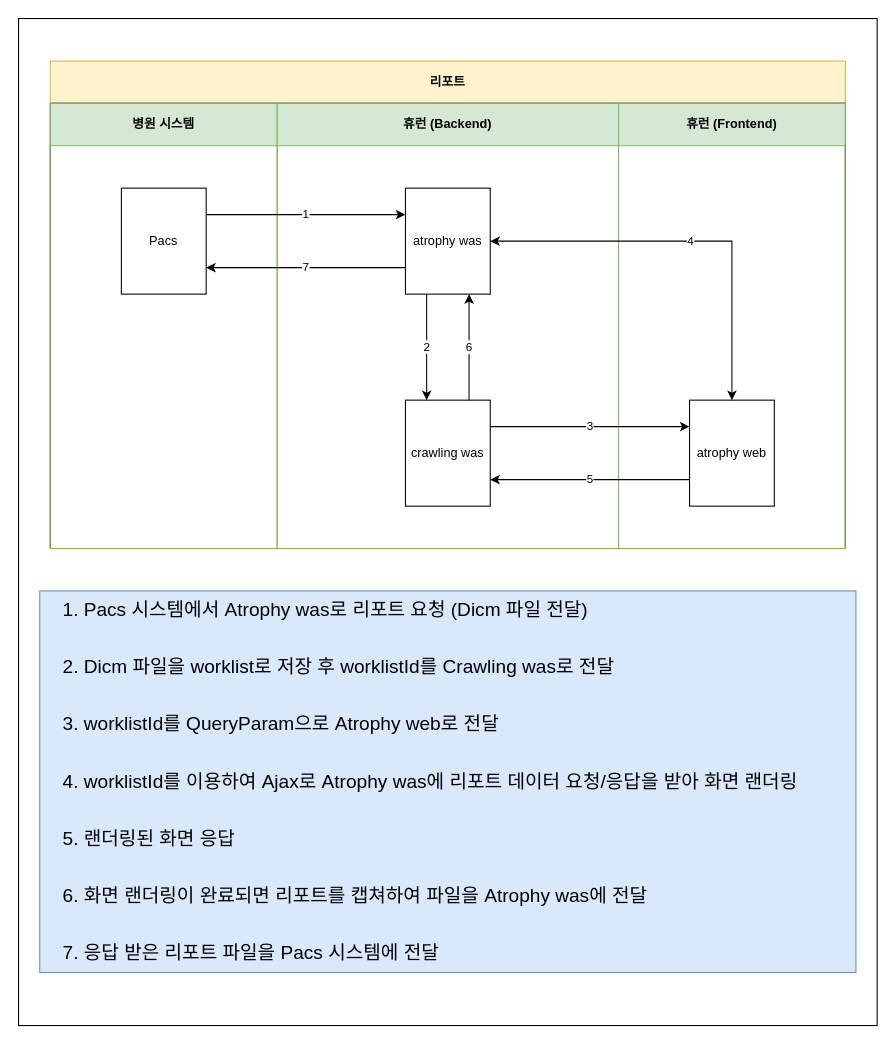
Above: Untitled Diagram.drawio in junho-nam/drawio (draw.io), before the change. Source tidied: cells renumbered, new cells numbered last; positions are measured from the earlier drawing's top-left corner, leaving out a move shared by most shapes. Both pictures are drawn from the tidied source at 106%, with x=0, y=0 at pixel (18, 18).
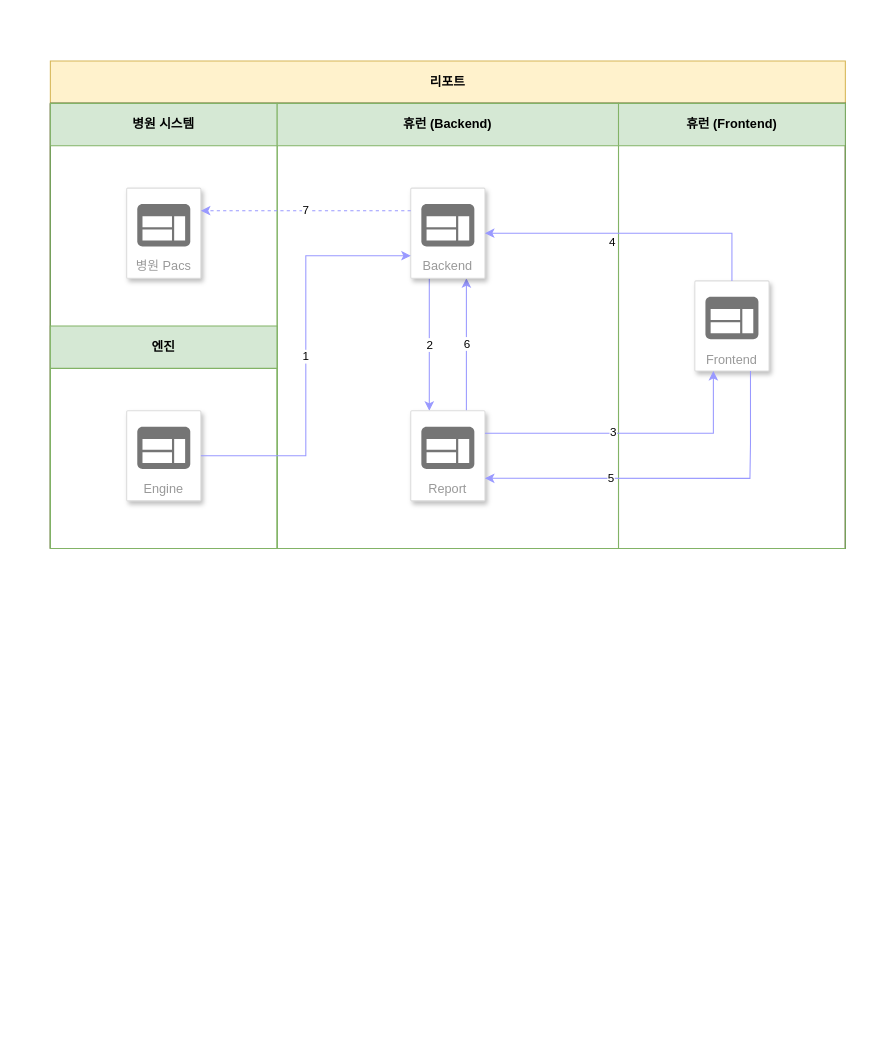
The same page after the edit.

Commit message:
Report Flow

Unchanged cells that the change refers to:
```xml
<mxCell id="4" style="swimlane;horizontal=0;startSize=0;html=1;whiteSpace=wrap;" parent="3" vertex="1">
  <mxGeometry y="40" width="750" height="420" as="geometry" />
</mxCell>
<mxCell id="5" value="병원 시스템" style="swimlane;startSize=40;html=1;whiteSpace=wrap;fillColor=#d5e8d4;strokeColor=#82b366;" parent="4" vertex="1">
  <mxGeometry width="214" height="420" as="geometry" />
</mxCell>
<mxCell id="7" value="휴런 (Backend)" style="swimlane;startSize=40;html=1;whiteSpace=wrap;fillColor=#d5e8d4;strokeColor=#82b366;" parent="4" vertex="1">
  <mxGeometry x="214" width="322" height="420" as="geometry" />
</mxCell>
<mxCell id="12" value="휴런 (Frontend)" style="swimlane;startSize=40;html=1;whiteSpace=wrap;fillColor=#d5e8d4;strokeColor=#82b366;" parent="4" vertex="1">
  <mxGeometry x="536" width="214" height="420" as="geometry" />
</mxCell>
```

Change to the diagram source:
```diff
@@
-    <mxCell id="2" style="rounded=0;whiteSpace=wrap;html=1;" parent="1" vertex="1">
-      <mxGeometry width="810" height="950" as="geometry" />
-    </mxCell>
@@
-    <mxCell id="6" value="Pacs" style="rounded=0;whiteSpace=wrap;html=1;" parent="5" vertex="1">
-      <mxGeometry x="67" y="80" width="80" height="100" as="geometry" />
-    </mxCell>
+    <mxCell id="20" value="엔진" style="swimlane;startSize=40;html=1;whiteSpace=wrap;fillColor=#d5e8d4;strokeColor=#82b366;" parent="5" vertex="1">
+      <mxGeometry y="210" width="214" height="210" as="geometry" />
+    </mxCell>
+    <mxCell id="21" value="Engine" style="strokeColor=#dddddd;shadow=1;strokeWidth=1;rounded=1;absoluteArcSize=1;arcSize=2;labelPosition=center;verticalLabelPosition=middle;align=center;verticalAlign=bottom;spacingLeft=0;fontColor=#999999;fontSize=12;whiteSpace=wrap;spacingBottom=2;" parent="20" vertex="1">
+      <mxGeometry x="72" y="80" width="70" height="85" as="geometry" />
+    </mxCell>
+    <mxCell id="22" style="sketch=0;dashed=0;html=1;fillColor=#757575;strokeColor=none;shape=mxgraph.gcp2.application;" parent="21" vertex="1">
+      <mxGeometry x="0.5" width="50" height="40" relative="1" as="geometry">
+        <mxPoint x="-25" y="15" as="offset" />
+      </mxGeometry>
+    </mxCell>
+    <mxCell id="23" value="병원 Pacs" style="strokeColor=#dddddd;shadow=1;strokeWidth=1;rounded=1;absoluteArcSize=1;arcSize=2;labelPosition=center;verticalLabelPosition=middle;align=center;verticalAlign=bottom;spacingLeft=0;fontColor=#999999;fontSize=12;whiteSpace=wrap;spacingBottom=2;" parent="5" vertex="1">
+      <mxGeometry x="72" y="80" width="70" height="85" as="geometry" />
+    </mxCell>
+    <mxCell id="24" style="sketch=0;dashed=0;html=1;fillColor=#757575;strokeColor=none;shape=mxgraph.gcp2.application;" parent="23" vertex="1">
+      <mxGeometry x="0.5" width="50" height="40" relative="1" as="geometry">
+        <mxPoint x="-25" y="15" as="offset" />
+      </mxGeometry>
+    </mxCell>
@@
-    <mxCell id="8" value="atrophy was" style="rounded=0;whiteSpace=wrap;html=1;" parent="7" vertex="1">
-      <mxGeometry x="121" y="80" width="80" height="100" as="geometry" />
-    </mxCell>
-    <mxCell id="9" value="crawling was" style="rounded=0;whiteSpace=wrap;html=1;" parent="7" vertex="1">
-      <mxGeometry x="121" y="280" width="80" height="100" as="geometry" />
-    </mxCell>
-    <mxCell id="10" value="2" style="edgeStyle=orthogonalEdgeStyle;rounded=0;jettySize=auto;html=1;exitX=0.25;exitY=1;exitDx=0;exitDy=0;entryX=0.25;entryY=0;entryDx=0;entryDy=0;" parent="7" edge="1" source="8" target="9">
+    <mxCell id="10" value="2" style="edgeStyle=orthogonalEdgeStyle;rounded=0;jettySize=auto;html=1;exitX=0.25;exitY=1;exitDx=0;exitDy=0;entryX=0.25;entryY=0;entryDx=0;entryDy=0;fillColor=#dae8fc;strokeColor=#9999FF;" parent="7" edge="1" source="27" target="25">
       <mxGeometry relative="1" as="geometry" />
     </mxCell>
-    <mxCell id="11" value="6" style="edgeStyle=orthogonalEdgeStyle;rounded=0;jettySize=auto;html=1;exitX=0.75;exitY=0;exitDx=0;exitDy=0;entryX=0.75;entryY=1;entryDx=0;entryDy=0;" parent="7" edge="1" source="9" target="8">
+    <mxCell id="11" value="6" style="edgeStyle=orthogonalEdgeStyle;rounded=0;jettySize=auto;html=1;exitX=0.75;exitY=0;exitDx=0;exitDy=0;entryX=0.75;entryY=1;entryDx=0;entryDy=0;fillColor=#dae8fc;strokeColor=#9999FF;" parent="7" edge="1" source="25" target="27">
       <mxGeometry relative="1" as="geometry" />
     </mxCell>
+    <mxCell id="25" value="Report" style="strokeColor=#dddddd;shadow=1;strokeWidth=1;rounded=1;absoluteArcSize=1;arcSize=2;labelPosition=center;verticalLabelPosition=middle;align=center;verticalAlign=bottom;spacingLeft=0;fontColor=#999999;fontSize=12;whiteSpace=wrap;spacingBottom=2;" parent="7" vertex="1">
+      <mxGeometry x="126" y="290" width="70" height="85" as="geometry" />
+    </mxCell>
+    <mxCell id="26" style="sketch=0;dashed=0;html=1;fillColor=#757575;strokeColor=none;shape=mxgraph.gcp2.application;" parent="25" vertex="1">
+      <mxGeometry x="0.5" width="50" height="40" relative="1" as="geometry">
+        <mxPoint x="-25" y="15" as="offset" />
+      </mxGeometry>
+    </mxCell>
+    <mxCell id="27" value="Backend" style="strokeColor=#dddddd;shadow=1;strokeWidth=1;rounded=1;absoluteArcSize=1;arcSize=2;labelPosition=center;verticalLabelPosition=middle;align=center;verticalAlign=bottom;spacingLeft=0;fontColor=#999999;fontSize=12;whiteSpace=wrap;spacingBottom=2;" parent="7" vertex="1">
+      <mxGeometry x="126" y="80" width="70" height="85" as="geometry" />
+    </mxCell>
+    <mxCell id="28" style="sketch=0;dashed=0;html=1;fillColor=#757575;strokeColor=none;shape=mxgraph.gcp2.application;" parent="27" vertex="1">
+      <mxGeometry x="0.5" width="50" height="40" relative="1" as="geometry">
+        <mxPoint x="-25" y="15" as="offset" />
+      </mxGeometry>
+    </mxCell>
@@
-    <mxCell id="13" value="atrophy&amp;nbsp;web" style="rounded=0;whiteSpace=wrap;html=1;" parent="12" vertex="1">
-      <mxGeometry x="67" y="280" width="80" height="100" as="geometry" />
-    </mxCell>
-    <mxCell id="14" value="1" style="edgeStyle=orthogonalEdgeStyle;rounded=0;jettySize=auto;html=1;exitX=1;exitY=0.25;exitDx=0;exitDy=0;entryX=0;entryY=0.25;entryDx=0;entryDy=0;" parent="4" edge="1" source="6" target="8">
-      <mxGeometry relative="1" as="geometry" />
-    </mxCell>
+    <mxCell id="29" value="Frontend" style="strokeColor=#dddddd;shadow=1;strokeWidth=1;rounded=1;absoluteArcSize=1;arcSize=2;labelPosition=center;verticalLabelPosition=middle;align=center;verticalAlign=bottom;spacingLeft=0;fontColor=#999999;fontSize=12;whiteSpace=wrap;spacingBottom=2;" parent="12" vertex="1">
+      <mxGeometry x="72" y="167.5" width="70" height="85" as="geometry" />
+    </mxCell>
+    <mxCell id="30" style="sketch=0;dashed=0;html=1;fillColor=#757575;strokeColor=none;shape=mxgraph.gcp2.application;" parent="29" vertex="1">
+      <mxGeometry x="0.5" width="50" height="40" relative="1" as="geometry">
+        <mxPoint x="-25" y="15" as="offset" />
+      </mxGeometry>
+    </mxCell>
-    <mxCell id="15" value="3" style="edgeStyle=orthogonalEdgeStyle;rounded=0;jettySize=auto;html=1;entryX=0;entryY=0.25;entryDx=0;entryDy=0;exitX=1;exitY=0.25;exitDx=0;exitDy=0;" parent="4" edge="1" source="9" target="13">
-      <mxGeometry relative="1" as="geometry" />
+    <mxCell id="15" value="3" style="edgeStyle=orthogonalEdgeStyle;rounded=0;jettySize=auto;html=1;exitX=1;exitY=0.25;exitDx=0;exitDy=0;fillColor=#dae8fc;strokeColor=#9999FF;entryX=0.25;entryY=1;entryDx=0;entryDy=0;" parent="4" edge="1" source="25" target="29">
+      <mxGeometry x="-0.12" y="1" relative="1" as="geometry">
+        <Array as="points">
+          <mxPoint x="626" y="311" />
+        </Array>
+      </mxGeometry>
     </mxCell>
-    <mxCell id="16" value="4" style="edgeStyle=orthogonalEdgeStyle;rounded=0;jettySize=auto;html=1;entryX=1;entryY=0.5;entryDx=0;entryDy=0;exitX=0.5;exitY=0;exitDx=0;exitDy=0;startArrow=classic;startFill=1;" parent="4" edge="1" source="13" target="8">
-      <mxGeometry relative="1" as="geometry" />
+    <mxCell id="16" value="4" style="edgeStyle=orthogonalEdgeStyle;rounded=0;jettySize=auto;html=1;entryX=1;entryY=0.5;entryDx=0;entryDy=0;exitX=0.5;exitY=0;exitDx=0;exitDy=0;startArrow=none;startFill=0;fillColor=#dae8fc;strokeColor=#9999FF;" parent="4" edge="1" source="29" target="27">
+      <mxGeometry x="0.14" y="8" relative="1" as="geometry" />
     </mxCell>
+    <mxCell id="18" value="7" style="edgeStyle=orthogonalEdgeStyle;rounded=0;jettySize=auto;html=1;exitX=0;exitY=0.25;exitDx=0;exitDy=0;entryX=1;entryY=0.25;entryDx=0;entryDy=0;fillColor=#dae8fc;strokeColor=#9999FF;dashed=1;" parent="4" edge="1" source="27" target="23">
+      <mxGeometry relative="1" as="geometry" />
+    </mxCell>
+    <mxCell id="14" value="1" style="edgeStyle=orthogonalEdgeStyle;rounded=0;jettySize=auto;html=1;exitX=1;exitY=0.5;exitDx=0;exitDy=0;entryX=0;entryY=0.75;entryDx=0;entryDy=0;strokeColor=#9999FF;fillColor=#dae8fc;" parent="4" edge="1" source="21" target="27">
+      <mxGeometry relative="1" as="geometry">
+        <Array as="points">
+          <mxPoint x="241" y="333" />
+          <mxPoint x="241" y="144" />
+        </Array>
+      </mxGeometry>
+    </mxCell>
-    <mxCell id="17" value="5" style="edgeStyle=orthogonalEdgeStyle;rounded=0;jettySize=auto;html=1;entryX=1;entryY=0.75;entryDx=0;entryDy=0;exitX=0;exitY=0.75;exitDx=0;exitDy=0;" parent="4" edge="1" source="13" target="9">
-      <mxGeometry relative="1" as="geometry" />
+    <mxCell id="17" value="5" style="edgeStyle=orthogonalEdgeStyle;rounded=0;jettySize=auto;html=1;exitX=0.75;exitY=1;exitDx=0;exitDy=0;fillColor=#dae8fc;strokeColor=#9999FF;entryX=1;entryY=0.75;entryDx=0;entryDy=0;" parent="4" edge="1" source="29" target="25">
+      <mxGeometry x="0.32" relative="1" as="geometry">
+        <Array as="points">
+          <mxPoint x="661" y="321" />
+          <mxPoint x="660" y="354" />
+        </Array>
+      </mxGeometry>
     </mxCell>
-    <mxCell id="18" value="7" style="edgeStyle=orthogonalEdgeStyle;rounded=0;jettySize=auto;html=1;exitX=0;exitY=0.75;exitDx=0;exitDy=0;entryX=1;entryY=0.75;entryDx=0;entryDy=0;" parent="4" edge="1" source="8" target="6">
-      <mxGeometry relative="1" as="geometry" />
-    </mxCell>
-    <mxCell id="19" value="&lt;ol style=&quot;font-size: 18px ; line-height: 150%&quot;&gt;&lt;li&gt;&lt;font style=&quot;font-size: 18px&quot;&gt;Pacs 시스템에서 Atrophy was로 &lt;/font&gt;&lt;span&gt;리포트 요청 (Dicm 파일 전달)&lt;br&gt;&lt;br&gt;&lt;/span&gt;&lt;/li&gt;&lt;li&gt;Dicm 파일을 worklist로 저장 후 worklistId를 Crawling was로 전달&lt;br&gt;&lt;br&gt;&lt;/li&gt;&lt;li&gt;worklistId를 QueryParam으로 Atrophy&amp;nbsp;web로 전달&lt;br&gt;&lt;br&gt;&lt;/li&gt;&lt;li&gt;worklistId를 이용하여 Ajax로 Atrophy&amp;nbsp;was에&amp;nbsp;리포트 데이터 요청/응답을 받아 화면 랜더링&lt;br&gt;&lt;br&gt;&lt;/li&gt;&lt;li&gt;랜더링된 화면 응답&lt;br&gt;&lt;br&gt;&lt;/li&gt;&lt;li&gt;화면 랜더링이 완료되면 리포트를 캡쳐하여 파일을 Atrophy was에 전달&lt;br&gt;&lt;br&gt;&lt;/li&gt;&lt;li&gt;응답 받은 리포트 파일을 Pacs 시스템에 전달&lt;/li&gt;&lt;/ol&gt;" style="text;html=1;strokeColor=#6c8ebf;fillColor=#dae8fc;align=left;verticalAlign=middle;whiteSpace=wrap;rounded=0;" parent="1" vertex="1">
-      <mxGeometry x="20" y="540" width="770" height="360" as="geometry" />
-    </mxCell>
```
